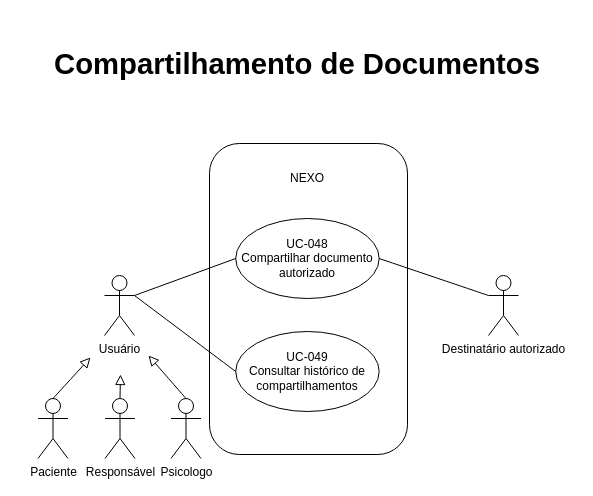
Before: page "Página-10" (10 of 10) of diagramas/casos-de-uso/diagramas-casos-de-uso.drawio in devcaline/nexo-modelagem, a draw.io diagram. Source tidied: cells renumbered, new cells numbered last; positions are measured from the earlier drawing's top-left corner, leaving out a move shared by most shapes. Both pictures are drawn from the tidied source at 100%, with x=0, y=0 at pixel (19, 49).
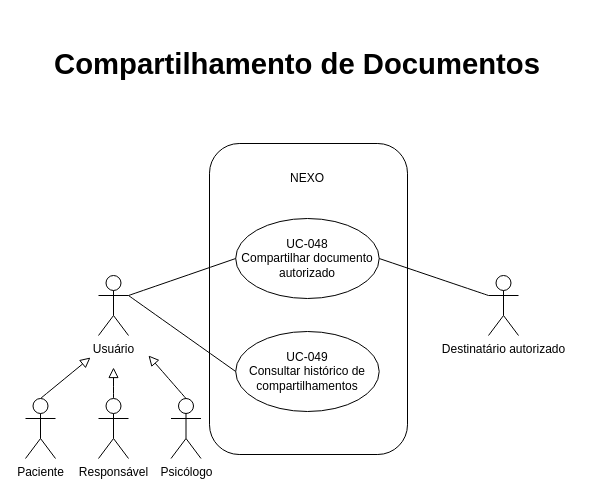
Above is the later version.

Change to the diagram source:
```diff
@@
 <mxGraphModel>
   <root>
     <mxCell id="0" />
     <mxCell id="1" parent="0" />
     <mxCell id="2" value="&amp;nbsp;&amp;nbsp; " style="rounded=1;whiteSpace=wrap;html=1;roundedPerimeter=1;" parent="1" vertex="1">
       <mxGeometry x="190" y="94" width="198" height="311" as="geometry" />
     </mxCell>
     <mxCell id="3" value="UC-048&lt;br&gt;Compartilhar documento autorizado" style="ellipse;whiteSpace=wrap;html=1;shapeInside=1;" parent="1" vertex="1">
       <mxGeometry x="216.2" y="169" width="143.5" height="80" as="geometry" />
     </mxCell>
     <mxCell id="4" value="NEXO" style="text;html=1;whiteSpace=wrap;strokeColor=none;fillColor=none;align=center;verticalAlign=middle;rounded=0;" parent="1" vertex="1">
       <mxGeometry x="258" y="114" width="60" height="30" as="geometry" />
     </mxCell>
     <mxCell id="5" value="&lt;h3&gt;&lt;p&gt;&lt;strong&gt;Compartilhamento de Documentos&lt;/strong&gt;&lt;/p&gt;&lt;/h3&gt;" style="text;html=1;whiteSpace=wrap;strokeColor=none;fillColor=none;align=center;verticalAlign=middle;rounded=0;fontSize=25;" parent="1" vertex="1">
       <mxGeometry width="556" height="30" as="geometry" />
     </mxCell>
     <mxCell id="6" value="UC-049&lt;br&gt;Consultar histórico de compartilhamentos" style="ellipse;whiteSpace=wrap;html=1;shapeInside=1;" parent="1" vertex="1">
       <mxGeometry x="216.2" y="282" width="143.5" height="80" as="geometry" />
     </mxCell>
     <mxCell id="7" style="edgeStyle=none;curved=1;rounded=0;curveGeometry=1;jettySize=auto;html=1;exitX=1;exitY=0.3333333333333333;exitDx=0;exitDy=0;exitPerimeter=0;entryX=0;entryY=0.5;entryDx=0;entryDy=0;fontSize=12;startSize=8;endSize=8;endArrow=none;endFill=0;" parent="1" edge="1" source="9" target="3">
       <mxGeometry relative="1" as="geometry" />
     </mxCell>
     <mxCell id="8" style="edgeStyle=none;curved=1;rounded=0;curveGeometry=1;jettySize=auto;html=1;exitX=1;exitY=0.3333333333333333;exitDx=0;exitDy=0;exitPerimeter=0;entryX=0;entryY=0.5;entryDx=0;entryDy=0;fontSize=12;startSize=8;endSize=8;endArrow=none;endFill=0;" parent="1" edge="1" source="9" target="6">
       <mxGeometry relative="1" as="geometry" />
     </mxCell>
     <mxCell id="9" value="&lt;div&gt;Usuário&lt;/div&gt;&lt;div&gt;&lt;br&gt;&lt;/div&gt;" style="shape=umlActor;verticalLabelPosition=bottom;verticalAlign=top;html=1;outlineConnect=0;" parent="1" vertex="1">
-      <mxGeometry x="85" y="226" width="30" height="60" as="geometry" />
+      <mxGeometry x="79" y="226" width="30" height="60" as="geometry" />
     </mxCell>
     <mxCell id="10" style="edgeStyle=none;curved=1;rounded=0;curveGeometry=1;jettySize=auto;html=1;exitX=0;exitY=0.3333333333333333;exitDx=0;exitDy=0;exitPerimeter=0;entryX=1;entryY=0.5;entryDx=0;entryDy=0;fontSize=12;startSize=8;endSize=8;endArrow=none;endFill=0;" parent="1" edge="1" source="11" target="3">
       <mxGeometry relative="1" as="geometry" />
     </mxCell>
     <mxCell id="11" value="Destinatário autorizado" style="shape=umlActor;verticalLabelPosition=bottom;verticalAlign=top;html=1;outlineConnect=0;" parent="1" vertex="1">
       <mxGeometry x="469" y="226" width="30" height="60" as="geometry" />
     </mxCell>
     <mxCell id="12" style="edgeStyle=none;curved=1;rounded=0;curveGeometry=1;jettySize=auto;html=1;exitX=0.5;exitY=0;exitDx=0;exitDy=0;exitPerimeter=0;fontSize=12;startSize=8;endSize=8;endArrow=block;endFill=0;" parent="1" edge="1" source="13">
       <mxGeometry relative="1" as="geometry">
-        <mxPoint x="101" y="325" as="targetPoint" />
+        <mxPoint x="94" y="318" as="targetPoint" />
       </mxGeometry>
     </mxCell>
     <mxCell id="13" value="&lt;div&gt;Responsável&lt;/div&gt;" style="shape=umlActor;verticalLabelPosition=bottom;verticalAlign=top;html=1;outlineConnect=0;" parent="1" vertex="1">
-      <mxGeometry x="85.5" y="349" width="30" height="60" as="geometry" />
+      <mxGeometry x="79" y="349" width="30" height="60" as="geometry" />
     </mxCell>
     <mxCell id="14" style="edgeStyle=none;curved=1;rounded=0;curveGeometry=1;jettySize=auto;html=1;exitX=0.5;exitY=0;exitDx=0;exitDy=0;exitPerimeter=0;fontSize=12;startSize=8;endSize=8;endArrow=block;endFill=0;" parent="1" edge="1" source="15">
       <mxGeometry relative="1" as="geometry">
         <mxPoint x="71" y="308" as="targetPoint" />
       </mxGeometry>
     </mxCell>
     <mxCell id="15" value="&lt;div&gt;Paciente&lt;/div&gt;" style="shape=umlActor;verticalLabelPosition=bottom;verticalAlign=top;html=1;outlineConnect=0;" parent="1" vertex="1">
-      <mxGeometry x="18.5" y="349" width="30" height="60" as="geometry" />
+      <mxGeometry x="6" y="349" width="30" height="60" as="geometry" />
     </mxCell>
     <mxCell id="16" style="edgeStyle=none;curved=1;rounded=0;curveGeometry=1;jettySize=auto;html=1;exitX=0.5;exitY=0;exitDx=0;exitDy=0;exitPerimeter=0;fontSize=12;startSize=8;endSize=8;endArrow=block;endFill=0;" parent="1" edge="1" source="17">
       <mxGeometry relative="1" as="geometry">
         <mxPoint x="129" y="306" as="targetPoint" />
       </mxGeometry>
     </mxCell>
-    <mxCell id="17" value="&lt;div&gt;Psicologo&lt;/div&gt;" style="shape=umlActor;verticalLabelPosition=bottom;verticalAlign=top;html=1;outlineConnect=0;" parent="1" vertex="1">
+    <mxCell id="17" value="&lt;div&gt;Psicólogo&lt;/div&gt;" style="shape=umlActor;verticalLabelPosition=bottom;verticalAlign=top;html=1;outlineConnect=0;" parent="1" vertex="1">
       <mxGeometry x="151.5" y="349" width="30" height="60" as="geometry" />
     </mxCell>
   </root>
 </mxGraphModel>
```
